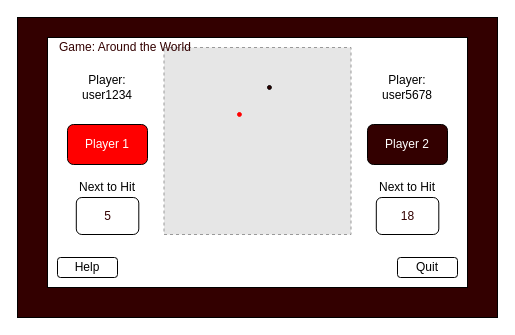
Earlier version of the draw.io diagram page "'Around the World' Scoreboard" (9 of 9) of documentation/scoring-system/User_Interface_Schematics.drawio (kparlak/dart-scoring-system). Source tidied: cells renumbered, new cells numbered last; positions are measured from the earlier drawing's top-left corner, leaving out a move shared by most shapes. Both pictures are drawn from the tidied source at 100%, with x=0, y=0 at pixel (17, 17). Pictures stored in the file or linked from it are replaced by grey dashed boxes.
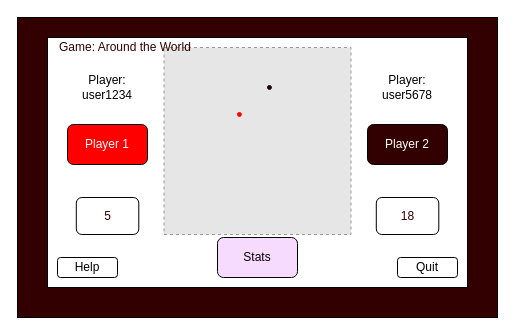
Above is the later version.

Change to the diagram source:
```diff
@@
 <mxGraphModel>
   <root>
     <mxCell id="0" />
     <mxCell id="1" parent="0" />
     <mxCell id="2" style="rounded=0;whiteSpace=wrap;html=1;fillColor=#330000;" parent="1" vertex="1">
       <mxGeometry width="480" height="300" as="geometry" />
     </mxCell>
     <mxCell id="3" style="rounded=0;whiteSpace=wrap;html=1;" parent="1" vertex="1">
       <mxGeometry x="30" y="20" width="420" height="250" as="geometry" />
     </mxCell>
     <mxCell id="4" value="Quit" style="rounded=1;whiteSpace=wrap;html=1;" parent="1" vertex="1">
       <mxGeometry x="380" y="240" width="60" height="20" as="geometry" />
     </mxCell>
     <mxCell id="5" value="&lt;font color=&quot;#ffffff&quot;&gt;Player 1&lt;/font&gt;" style="rounded=1;whiteSpace=wrap;html=1;fillColor=#FF0000;" parent="1" vertex="1">
       <mxGeometry x="50" y="107" width="80" height="40" as="geometry" />
     </mxCell>
     <mxCell id="6" value="&lt;font color=&quot;#ffffff&quot;&gt;Player 2&lt;/font&gt;" style="rounded=1;whiteSpace=wrap;html=1;fillColor=#330000;" parent="1" vertex="1">
       <mxGeometry x="350" y="107" width="80" height="40" as="geometry" />
     </mxCell>
     <mxCell id="7" value="Player:&lt;br&gt;user1234" style="text;html=1;strokeColor=none;fillColor=none;align=center;verticalAlign=middle;whiteSpace=wrap;rounded=0;" parent="1" vertex="1">
       <mxGeometry x="55" y="50" width="70" height="40" as="geometry" />
     </mxCell>
     <mxCell id="8" value="Player:&lt;br&gt;user5678" style="text;html=1;strokeColor=none;fillColor=none;align=center;verticalAlign=middle;whiteSpace=wrap;rounded=0;" parent="1" vertex="1">
       <mxGeometry x="355" y="50" width="70" height="40" as="geometry" />
     </mxCell>
     <mxCell id="9" style="fillColor=#E6E6E6;strokeColor=#999999;dashed=1;verticalLabelPosition=bottom;labelBackgroundColor=#ffffff;verticalAlign=top;" parent="1" vertex="1">
       <mxGeometry x="146.5" y="30" width="187" height="187" as="geometry" />
     </mxCell>
     <mxCell id="10" style="ellipse;whiteSpace=wrap;html=1;fillColor=#FF0000;strokeColor=#FF0000;" parent="1" vertex="1">
       <mxGeometry x="220" y="95" width="3.9" height="3.9" as="geometry" />
     </mxCell>
     <mxCell id="11" style="ellipse;whiteSpace=wrap;html=1;fillColor=#330000;" parent="1" vertex="1">
       <mxGeometry x="250" y="68" width="3.9" height="3.9" as="geometry" />
     </mxCell>
     <mxCell id="12" value="&lt;font color=&quot;#330000&quot;&gt;5&lt;/font&gt;" style="rounded=1;whiteSpace=wrap;html=1;" parent="1" vertex="1">
       <mxGeometry x="58.8" y="180" width="62.5" height="37" as="geometry" />
     </mxCell>
     <mxCell id="13" value="&lt;font color=&quot;#330000&quot;&gt;18&lt;/font&gt;" style="rounded=1;whiteSpace=wrap;html=1;fontColor=#FFCCCC;fillColor=#FFFFFF;" parent="1" vertex="1">
       <mxGeometry x="358.8" y="180" width="62.5" height="37" as="geometry" />
     </mxCell>
     <mxCell id="14" value="&lt;font color=&quot;#330000&quot;&gt;Game: Around the World&lt;/font&gt;" style="text;html=1;strokeColor=none;fillColor=none;align=left;verticalAlign=middle;whiteSpace=wrap;rounded=0;fontColor=#FFCCCC;" parent="1" vertex="1">
       <mxGeometry x="40" y="20" width="150" height="20" as="geometry" />
     </mxCell>
     <mxCell id="15" value="Help" style="rounded=1;whiteSpace=wrap;html=1;" parent="1" vertex="1">
       <mxGeometry x="40" y="240" width="60" height="20" as="geometry" />
     </mxCell>
-    <mxCell id="16" value="Next to Hit" style="text;html=1;strokeColor=none;fillColor=none;align=center;verticalAlign=middle;whiteSpace=wrap;rounded=0;" parent="1" vertex="1">
-      <mxGeometry x="50" y="160" width="80" height="20" as="geometry" />
-    </mxCell>
-    <mxCell id="17" value="Next to Hit" style="text;html=1;strokeColor=none;fillColor=none;align=center;verticalAlign=middle;whiteSpace=wrap;rounded=0;" parent="1" vertex="1">
-      <mxGeometry x="350" y="160" width="80" height="20" as="geometry" />
-    </mxCell>
+    <mxCell id="18" value="Stats" style="rounded=1;whiteSpace=wrap;html=1;fillColor=#F7DBFF;" parent="1" vertex="1">
+      <mxGeometry x="200" y="220" width="80" height="40" as="geometry" />
+    </mxCell>
   </root>
 </mxGraphModel>
```
